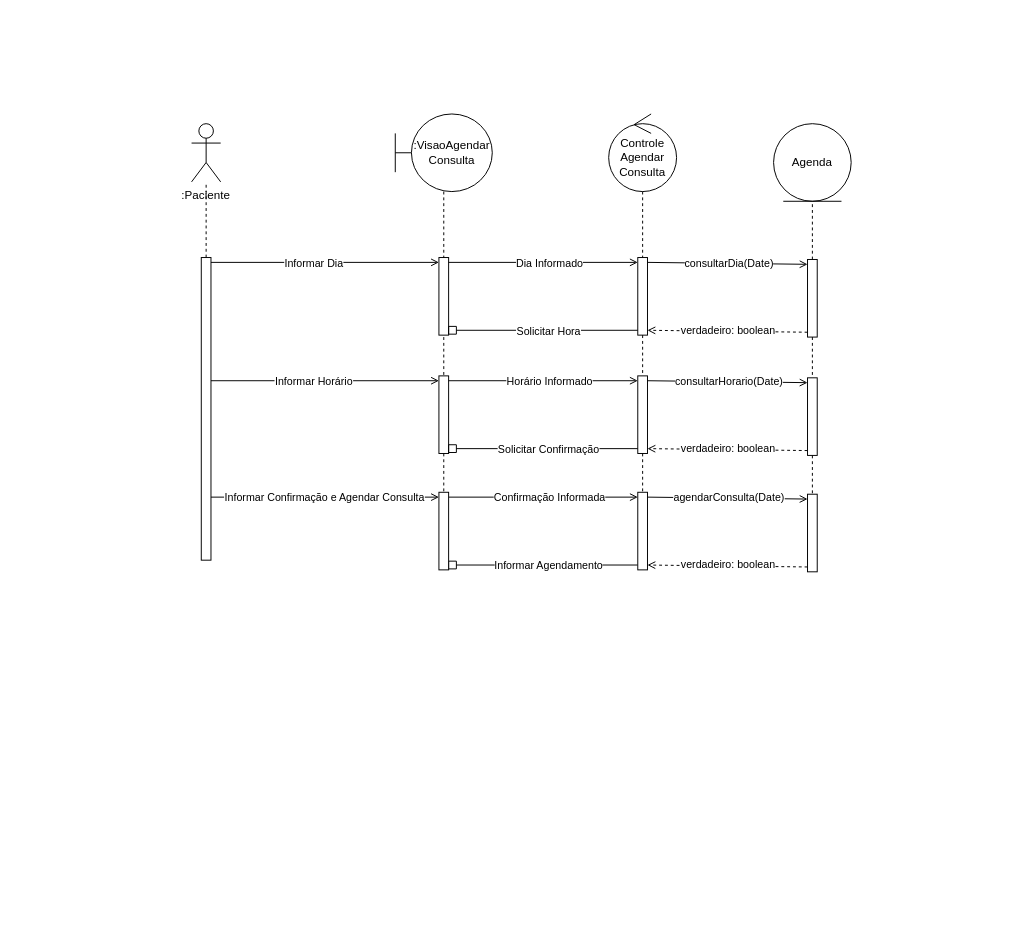
This is Diagrama_de_sequencia_2.drawio from ProjetoDelimeterSite/DelimeterDocumantacao, a draw.io file, before an edit. Source tidied: cells renumbered, new cells numbered last; positions are measured from the earlier drawing's top-left corner, leaving out a move shared by most shapes. Both pictures are drawn from the tidied source at 97%, with x=0, y=0 at pixel (191, 113).
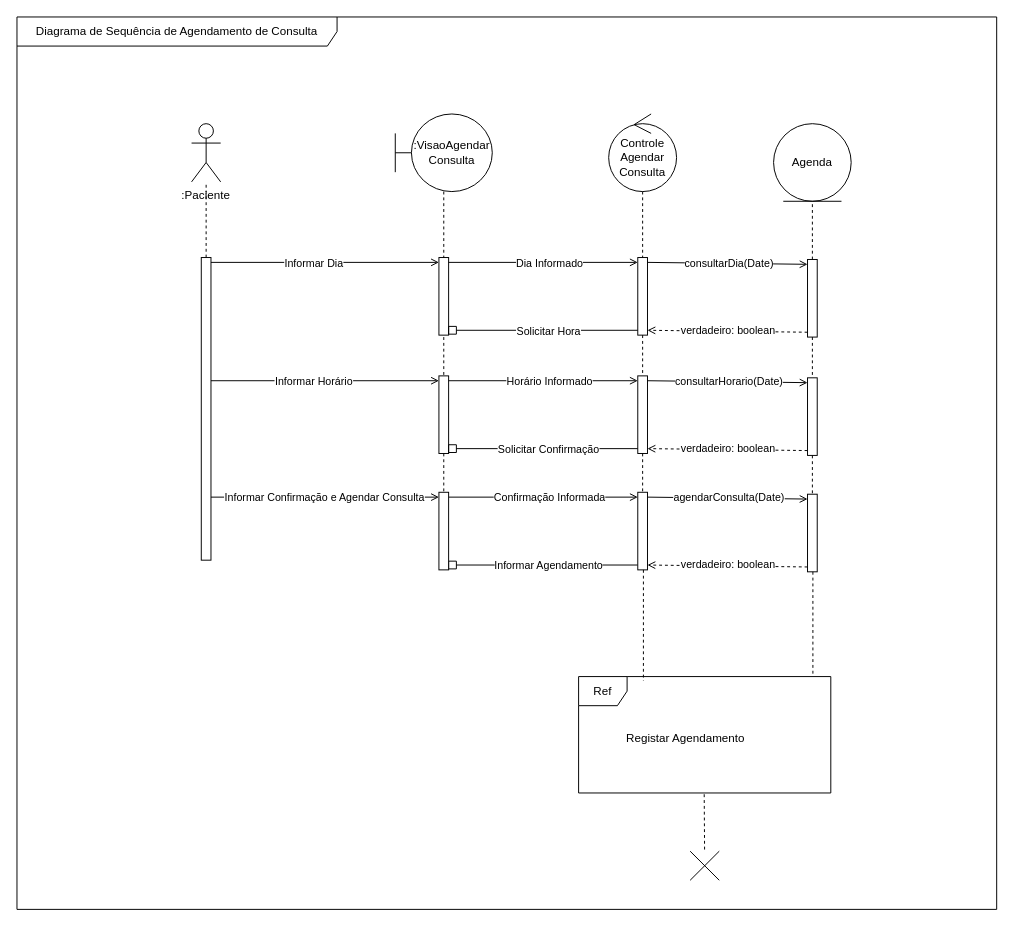
Above is the later version.

Unchanged cells that the change refers to:
```xml
<mxCell id="48" style="html=1;points=[[0,0,0,0,5],[0,1,0,0,-5],[1,0,0,0,5],[1,1,0,0,-5]];perimeter=orthogonalPerimeter;outlineConnect=0;targetShapes=umlLifeline;portConstraint=eastwest;newEdgeStyle={&quot;curved&quot;:0,&quot;rounded&quot;:0};" parent="1" vertex="1">
  <mxGeometry x="460" y="390" width="10" height="80" as="geometry" />
</mxCell>
<mxCell id="49" style="html=1;points=[[0,0,0,0,5],[0,1,0,0,-5],[1,0,0,0,5],[1,1,0,0,-5]];perimeter=orthogonalPerimeter;outlineConnect=0;targetShapes=umlLifeline;portConstraint=eastwest;newEdgeStyle={&quot;curved&quot;:0,&quot;rounded&quot;:0};" parent="1" vertex="1">
  <mxGeometry x="635" y="392" width="10" height="80" as="geometry" />
</mxCell>
```

What changed in the source:
```diff
@@
+    <mxCell id="56" value="Ref" style="shape=umlFrame;whiteSpace=wrap;html=1;width=50;" parent="1" vertex="1">
+      <mxGeometry x="399" y="580" width="260" height="120" as="geometry" />
+    </mxCell>
+    <mxCell id="57" value="Registar Agendamento" style="text;align=center;html=1;" parent="56" vertex="1">
+      <mxGeometry width="100" height="20" relative="1" as="geometry">
+        <mxPoint x="60" y="50" as="offset" />
+      </mxGeometry>
+    </mxCell>
+    <mxCell id="58" style="jettySize=auto;html=1;rounded=0;endArrow=none;endFill=0;dashed=1;entryX=0.257;entryY=0.037;entryDx=0;entryDy=0;entryPerimeter=0;" parent="1" edge="1" source="48" target="56">
+      <mxGeometry relative="1" as="geometry" />
+    </mxCell>
+    <mxCell id="59" style="jettySize=auto;html=1;rounded=0;endArrow=none;endFill=0;dashed=1;entryX=0.929;entryY=-0.008;entryDx=0;entryDy=0;entryPerimeter=0;" parent="1" edge="1" source="49" target="56">
+      <mxGeometry relative="1" as="geometry" />
+    </mxCell>
+    <mxCell id="60" value="Diagrama de Sequência de Agendamento de Consulta" style="shape=umlFrame;whiteSpace=wrap;html=1;width=330;height=30;" parent="1" vertex="1">
+      <mxGeometry x="-180" y="-100" width="1010" height="920" as="geometry" />
+    </mxCell>
+    <mxCell id="61" style="shape=umlDestroy;html=1;" parent="60" vertex="1">
+      <mxGeometry x="694" y="860" width="30" height="30" as="geometry" />
+    </mxCell>
+    <mxCell id="62" style="jettySize=auto;html=1;rounded=0;endArrow=none;endFill=0;dashed=1;exitX=0.498;exitY=1.011;exitDx=0;exitDy=0;exitPerimeter=0;" parent="1" edge="1" source="56" target="61">
+      <mxGeometry relative="1" as="geometry" />
+    </mxCell>
```
